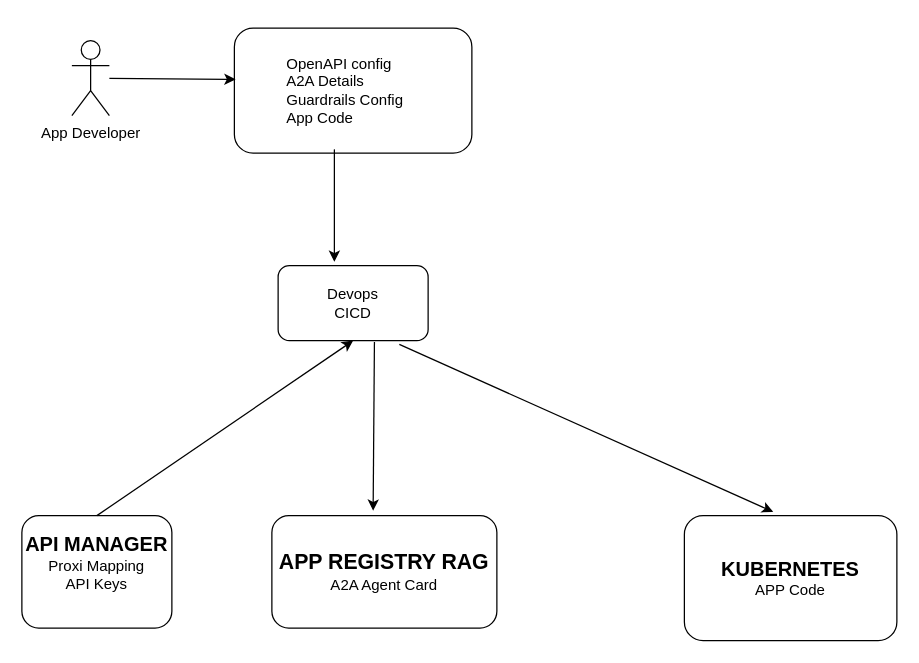
Earlier version of the draw.io diagram architectures/AI_platform/cicd_app_pipeline.drawio (scotsditch/ScotShieldsWorkSamples). Source tidied: cells renumbered, new cells numbered last; positions are measured from the earlier drawing's top-left corner, leaving out a move shared by most shapes. Both pictures are drawn from the tidied source at 125%, with x=0, y=0 at pixel (21, 28).
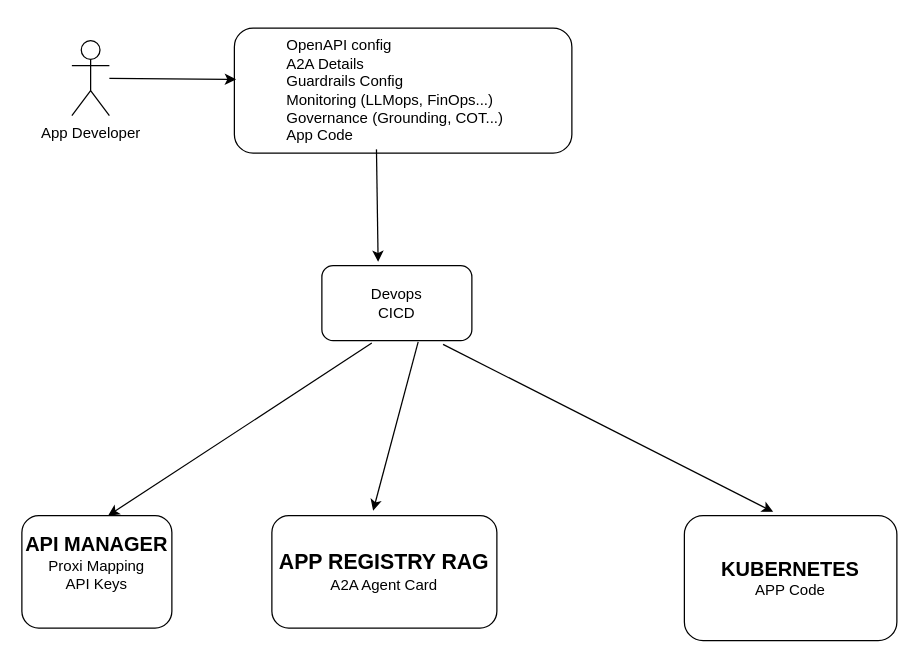
Above is the later version.

Change to the diagram source:
```diff
@@
 <mxGraphModel>
   <root>
     <mxCell id="0" />
     <mxCell id="1" parent="0" />
     <mxCell id="2" value="App Developer" style="shape=umlActor;verticalLabelPosition=bottom;verticalAlign=top;html=1;outlineConnect=0;" parent="1" vertex="1">
       <mxGeometry x="40" y="10" width="30" height="60" as="geometry" />
     </mxCell>
-    <mxCell id="3" value="&lt;blockquote&gt;&lt;div align=&quot;left&quot;&gt;OpenAPI config&lt;/div&gt;&lt;div align=&quot;left&quot;&gt;A2A Details&lt;/div&gt;&lt;div align=&quot;left&quot;&gt;Guardrails Config&lt;/div&gt;&lt;div align=&quot;left&quot;&gt;App Code&lt;/div&gt;&lt;/blockquote&gt;" style="rounded=1;whiteSpace=wrap;html=1;align=left;" parent="1" vertex="1">
-      <mxGeometry x="170" width="190" height="100" as="geometry" />
+    <mxCell id="3" value="&lt;blockquote&gt;&lt;div align=&quot;left&quot;&gt;OpenAPI config&lt;/div&gt;&lt;div align=&quot;left&quot;&gt;A2A Details&lt;/div&gt;&lt;div align=&quot;left&quot;&gt;Guardrails Config&lt;/div&gt;&lt;div align=&quot;left&quot;&gt;Monitoring (LLMops, FinOps...)&lt;/div&gt;&lt;div align=&quot;left&quot;&gt;Governance (Grounding, COT...)&lt;/div&gt;&lt;div align=&quot;left&quot;&gt;App Code&lt;/div&gt;&lt;/blockquote&gt;" style="rounded=1;whiteSpace=wrap;html=1;align=left;" parent="1" vertex="1">
+      <mxGeometry x="170" width="270" height="100" as="geometry" />
     </mxCell>
     <mxCell id="4" value="&lt;div&gt;Devops&lt;/div&gt;&lt;div&gt;CICD&lt;/div&gt;" style="rounded=1;whiteSpace=wrap;html=1;" parent="1" vertex="1">
-      <mxGeometry x="205" y="190" width="120" height="60" as="geometry" />
+      <mxGeometry x="240" y="190" width="120" height="60" as="geometry" />
     </mxCell>
     <mxCell id="5" value="&lt;div&gt;&lt;b&gt;&lt;font style=&quot;font-size: 16px;&quot;&gt;API MANAGER&lt;/font&gt;&lt;/b&gt;&lt;/div&gt;&lt;div&gt;Proxi Mapping&lt;/div&gt;&lt;div&gt;API Keys&lt;/div&gt;&lt;div&gt;&lt;br&gt;&lt;/div&gt;" style="rounded=1;whiteSpace=wrap;html=1;" parent="1" vertex="1">
       <mxGeometry y="390" width="120" height="90" as="geometry" />
     </mxCell>
     <mxCell id="6" value="&lt;div&gt;&lt;b&gt;&lt;font style=&quot;font-size: 17px;&quot;&gt;APP REGISTRY RAG&lt;/font&gt;&lt;/b&gt;&lt;/div&gt;&lt;div&gt;A2A Agent Card&lt;/div&gt;" style="rounded=1;whiteSpace=wrap;html=1;" parent="1" vertex="1">
       <mxGeometry x="200" y="390" width="180" height="90" as="geometry" />
     </mxCell>
     <mxCell id="7" value="&lt;div&gt;&lt;b&gt;&lt;font style=&quot;font-size: 16px;&quot;&gt;KUBERNETES&lt;/font&gt;&lt;/b&gt;&lt;/div&gt;&lt;div&gt;APP Code&lt;/div&gt;" style="rounded=1;whiteSpace=wrap;html=1;" parent="1" vertex="1">
       <mxGeometry x="530" y="390" width="170" height="100" as="geometry" />
     </mxCell>
     <mxCell id="8" style="endArrow=classic;html=1;rounded=0;entryX=0.005;entryY=0.41;entryDx=0;entryDy=0;entryPerimeter=0;" parent="1" edge="1" source="2" target="3">
       <mxGeometry relative="1" as="geometry" />
     </mxCell>
     <mxCell id="9" style="endArrow=classic;html=1;rounded=0;exitX=0.421;exitY=0.97;exitDx=0;exitDy=0;exitPerimeter=0;entryX=0.375;entryY=-0.05;entryDx=0;entryDy=0;entryPerimeter=0;" parent="1" edge="1" source="3" target="4">
       <mxGeometry relative="1" as="geometry" />
     </mxCell>
-    <mxCell id="10" style="endArrow=classic;html=1;rounded=0;entryX=0.5;entryY=1;entryDx=0;entryDy=0;exitX=0.5;exitY=0;exitDx=0;exitDy=0;" parent="1" edge="1" source="5" target="4">
-      <mxGeometry relative="1" as="geometry" />
-    </mxCell>
     <mxCell id="11" style="endArrow=classic;html=1;rounded=0;exitX=0.642;exitY=1.017;exitDx=0;exitDy=0;exitPerimeter=0;entryX=0.45;entryY=-0.044;entryDx=0;entryDy=0;entryPerimeter=0;" parent="1" edge="1" source="4" target="6">
       <mxGeometry relative="1" as="geometry" />
     </mxCell>
     <mxCell id="12" style="endArrow=classic;html=1;rounded=0;exitX=0.808;exitY=1.05;exitDx=0;exitDy=0;exitPerimeter=0;entryX=0.418;entryY=-0.03;entryDx=0;entryDy=0;entryPerimeter=0;" parent="1" edge="1" source="4" target="7">
       <mxGeometry relative="1" as="geometry" />
     </mxCell>
+    <mxCell id="13" style="endArrow=classic;html=1;rounded=0;exitX=0.333;exitY=1.033;exitDx=0;exitDy=0;exitPerimeter=0;entryX=0.575;entryY=0;entryDx=0;entryDy=0;entryPerimeter=0;" parent="1" edge="1" source="4" target="5">
+      <mxGeometry relative="1" as="geometry" />
+    </mxCell>
   </root>
 </mxGraphModel>
```
